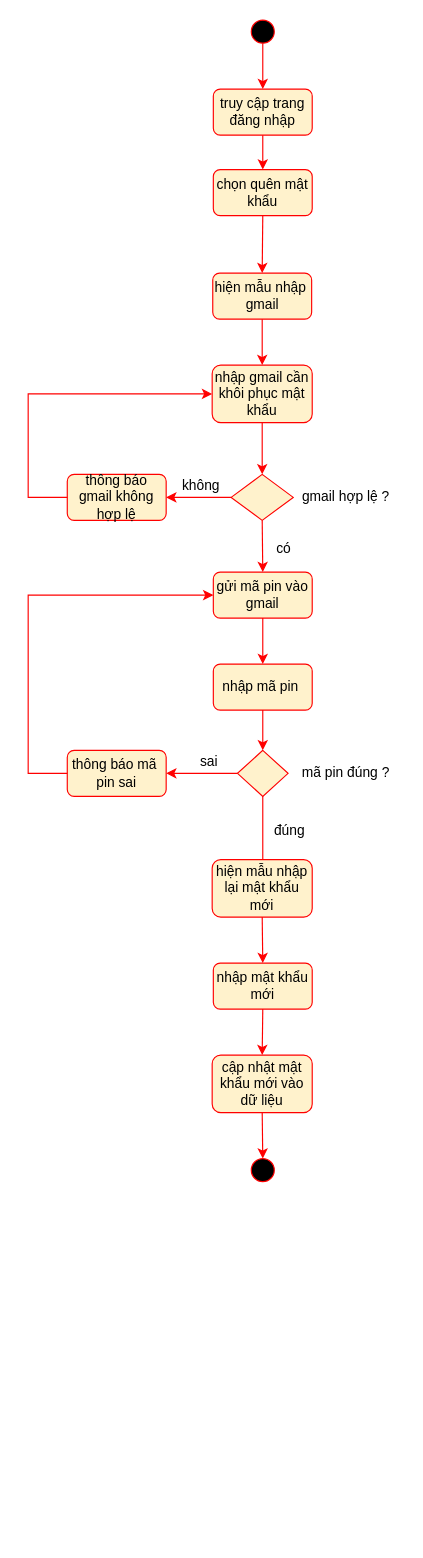
This is Nam3_HK1/CNPM_SoftTech/Activity Diagrams/Quân Huỳnh/AD_QuênMậtKhẩu.drawio from EdgarIgnite16/SGU-Course, a draw.io file, before an edit. Source tidied: cells renumbered, new cells numbered last; positions are measured from the earlier drawing's top-left corner, leaving out a move shared by most shapes. Both pictures are drawn from the tidied source at 115%, with x=0, y=0 at pixel (28, 20).
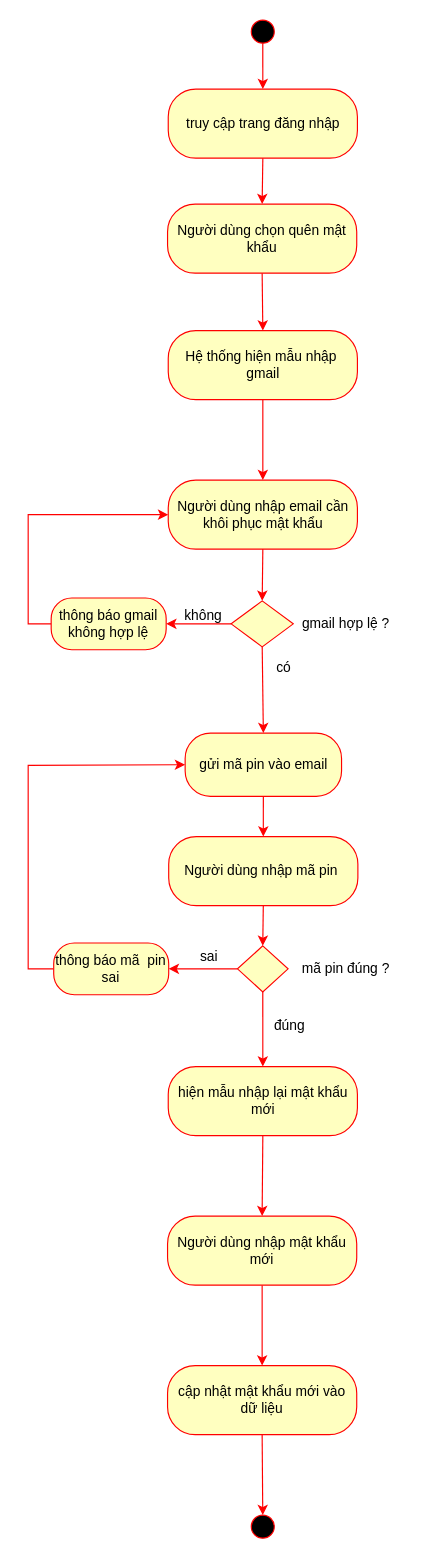
The same diagram, later.

What changed in the source:
```diff
@@
-    <mxCell id="4" value="truy cập trang đăng nhập" style="rounded=1;whiteSpace=wrap;html=1;fillColor=#fff2cc;strokeColor=#FF0000;" parent="1" vertex="1">
-      <mxGeometry x="161" y="60" width="86" height="40" as="geometry" />
-    </mxCell>
-    <mxCell id="5" style="endArrow=classic;html=1;rounded=0;exitX=0.5;exitY=1;exitDx=0;exitDy=0;fillColor=#fff2cc;strokeColor=#FF0000;" parent="1" edge="1" source="4">
-      <mxGeometry relative="1" as="geometry">
-        <mxPoint x="204" y="130" as="targetPoint" />
-      </mxGeometry>
+    <mxCell id="5" style="endArrow=classic;html=1;rounded=0;exitX=0.5;exitY=1;exitDx=0;exitDy=0;fillColor=#fff2cc;strokeColor=#FF0000;entryX=0.5;entryY=0;entryDx=0;entryDy=0;" parent="1" edge="1" source="4" target="39">
+      <mxGeometry relative="1" as="geometry" />
     </mxCell>
-    <mxCell id="6" value="chọn quên mật khẩu" style="rounded=1;whiteSpace=wrap;html=1;fillColor=#fff2cc;strokeColor=#FF0000;" parent="1" vertex="1">
-      <mxGeometry x="161" y="130" width="86" height="40" as="geometry" />
-    </mxCell>
-    <mxCell id="7" style="endArrow=classic;html=1;rounded=0;exitX=0.5;exitY=1;exitDx=0;exitDy=0;fillColor=#fff2cc;strokeColor=#FF0000;entryX=0.5;entryY=0;entryDx=0;entryDy=0;" parent="1" edge="1" source="6" target="8">
+    <mxCell id="7" style="endArrow=classic;html=1;rounded=0;exitX=0.5;exitY=1;exitDx=0;exitDy=0;fillColor=#fff2cc;strokeColor=#FF0000;entryX=0.5;entryY=0;entryDx=0;entryDy=0;" parent="1" edge="1" source="39" target="40">
       <mxGeometry relative="1" as="geometry" />
     </mxCell>
-    <mxCell id="8" value="hiện mẫu nhập&amp;nbsp;&lt;br&gt;gmail" style="rounded=1;whiteSpace=wrap;html=1;fillColor=#fff2cc;strokeColor=#FF0000;" parent="1" vertex="1">
-      <mxGeometry x="160.5" y="220" width="86" height="40" as="geometry" />
-    </mxCell>
-    <mxCell id="9" style="endArrow=classic;html=1;rounded=0;exitX=0.5;exitY=1;exitDx=0;exitDy=0;fillColor=#fff2cc;strokeColor=#FF0000;entryX=0.5;entryY=0;entryDx=0;entryDy=0;" parent="1" edge="1" source="8" target="10">
+    <mxCell id="9" style="endArrow=classic;html=1;rounded=0;exitX=0.5;exitY=1;exitDx=0;exitDy=0;fillColor=#fff2cc;strokeColor=#FF0000;entryX=0.5;entryY=0;entryDx=0;entryDy=0;" parent="1" edge="1" source="40" target="41">
       <mxGeometry relative="1" as="geometry" />
     </mxCell>
-    <mxCell id="10" value="nhập gmail cần khôi phục mật khẩu" style="rounded=1;whiteSpace=wrap;html=1;fillColor=#fff2cc;strokeColor=#FF0000;" parent="1" vertex="1">
-      <mxGeometry x="160" y="300" width="87" height="50" as="geometry" />
-    </mxCell>
-    <mxCell id="11" style="endArrow=classic;html=1;rounded=0;exitX=0.5;exitY=1;exitDx=0;exitDy=0;fillColor=#fff2cc;strokeColor=#FF0000;entryX=0.5;entryY=0;entryDx=0;entryDy=0;" parent="1" edge="1" source="10" target="12">
+    <mxCell id="11" style="endArrow=classic;html=1;rounded=0;exitX=0.5;exitY=1;exitDx=0;exitDy=0;fillColor=#fff2cc;strokeColor=#FF0000;entryX=0.5;entryY=0;entryDx=0;entryDy=0;" parent="1" edge="1" source="41" target="12">
       <mxGeometry relative="1" as="geometry" />
     </mxCell>
-    <mxCell id="12" style="rhombus;whiteSpace=wrap;html=1;fillColor=#fff2cc;strokeColor=#FF0000;" parent="1" vertex="1">
-      <mxGeometry x="176.5" y="395" width="54" height="40" as="geometry" />
+    <mxCell id="12" style="rhombus;whiteSpace=wrap;html=1;fillColor=#FFFFC0;strokeColor=#FF0000;" parent="1" vertex="1">
+      <mxGeometry x="176.5" y="505" width="54" height="40" as="geometry" />
     </mxCell>
-    <mxCell id="13" style="endArrow=classic;html=1;rounded=0;exitX=0;exitY=0.5;exitDx=0;exitDy=0;fillColor=#fff2cc;strokeColor=#FF0000;" parent="1" edge="1" source="12">
-      <mxGeometry relative="1" as="geometry">
-        <mxPoint x="120" y="415" as="targetPoint" />
-      </mxGeometry>
+    <mxCell id="13" style="endArrow=classic;html=1;rounded=0;exitX=0;exitY=0.5;exitDx=0;exitDy=0;fillColor=#fff2cc;strokeColor=#FF0000;entryX=1;entryY=0.5;entryDx=0;entryDy=0;" parent="1" edge="1" source="12" target="15">
+      <mxGeometry relative="1" as="geometry" />
     </mxCell>
     <mxCell id="14" value="không" style="text;html=1;align=center;verticalAlign=middle;strokeColor=none;fillColor=none;" parent="1" vertex="1">
-      <mxGeometry x="120" y="390" width="60" height="30" as="geometry" />
+      <mxGeometry x="121.8" y="502.5" width="60" height="30" as="geometry" />
     </mxCell>
-    <mxCell id="15" value="thông báo gmail không hợp lệ" style="rounded=1;whiteSpace=wrap;html=1;fillColor=#fff2cc;strokeColor=#FF0000;" parent="1" vertex="1">
-      <mxGeometry x="34" y="395" width="86" height="40" as="geometry" />
-    </mxCell>
-    <mxCell id="16" style="endArrow=classic;html=1;rounded=0;exitX=0;exitY=0.5;exitDx=0;exitDy=0;entryX=0;entryY=0.5;entryDx=0;entryDy=0;fillColor=#fff2cc;strokeColor=#FF0000;" parent="1" edge="1" source="15" target="10">
+    <mxCell id="16" style="endArrow=classic;html=1;rounded=0;exitX=0;exitY=0.5;exitDx=0;exitDy=0;entryX=0;entryY=0.5;entryDx=0;entryDy=0;fillColor=#fff2cc;strokeColor=#FF0000;" parent="1" edge="1" source="15" target="41">
       <mxGeometry relative="1" as="geometry">
         <Array as="points">
-          <mxPoint y="415" />
-          <mxPoint y="325" />
+          <mxPoint y="525" />
+          <mxPoint y="430" />
         </Array>
       </mxGeometry>
     </mxCell>
-    <mxCell id="17" style="endArrow=classic;html=1;rounded=0;exitX=0.5;exitY=1;exitDx=0;exitDy=0;fillColor=#fff2cc;strokeColor=#FF0000;" parent="1" edge="1" source="12">
-      <mxGeometry relative="1" as="geometry">
-        <mxPoint x="204" y="480" as="targetPoint" />
-      </mxGeometry>
+    <mxCell id="17" style="endArrow=classic;html=1;rounded=0;exitX=0.5;exitY=1;exitDx=0;exitDy=0;fillColor=#fff2cc;strokeColor=#FF0000;entryX=0.5;entryY=0;entryDx=0;entryDy=0;" parent="1" edge="1" source="12" target="42">
+      <mxGeometry relative="1" as="geometry" />
     </mxCell>
-    <mxCell id="18" value="gửi mã pin vào gmail" style="rounded=1;whiteSpace=wrap;html=1;fillColor=#fff2cc;strokeColor=#FF0000;" parent="1" vertex="1">
-      <mxGeometry x="161" y="480" width="86" height="40" as="geometry" />
-    </mxCell>
-    <mxCell id="19" style="endArrow=classic;html=1;rounded=0;exitX=0.5;exitY=1;exitDx=0;exitDy=0;fillColor=#fff2cc;strokeColor=#FF0000;" parent="1" edge="1" source="18">
-      <mxGeometry relative="1" as="geometry">
-        <mxPoint x="204" y="560" as="targetPoint" />
-      </mxGeometry>
+    <mxCell id="19" style="endArrow=classic;html=1;rounded=0;exitX=0.5;exitY=1;exitDx=0;exitDy=0;fillColor=#fff2cc;strokeColor=#FF0000;entryX=0.5;entryY=0;entryDx=0;entryDy=0;" parent="1" edge="1" source="42" target="43">
+      <mxGeometry relative="1" as="geometry" />
     </mxCell>
-    <mxCell id="20" value="nhập mã pin&amp;nbsp;" style="rounded=1;whiteSpace=wrap;html=1;fillColor=#fff2cc;strokeColor=#FF0000;" parent="1" vertex="1">
-      <mxGeometry x="161" y="560" width="86" height="40" as="geometry" />
-    </mxCell>
-    <mxCell id="21" style="rhombus;whiteSpace=wrap;html=1;fillColor=#fff2cc;strokeColor=#FF0000;" parent="1" vertex="1">
-      <mxGeometry x="182" y="635" width="44" height="40" as="geometry" />
+    <mxCell id="21" style="rhombus;whiteSpace=wrap;html=1;fillColor=#FFFFC0;strokeColor=#FF0000;" parent="1" vertex="1">
+      <mxGeometry x="182" y="805" width="44" height="40" as="geometry" />
     </mxCell>
-    <mxCell id="22" style="endArrow=classic;html=1;rounded=0;entryX=0.5;entryY=0;entryDx=0;entryDy=0;exitX=0.5;exitY=1;exitDx=0;exitDy=0;fillColor=#fff2cc;strokeColor=#FF0000;" parent="1" edge="1" source="20" target="21">
+    <mxCell id="22" style="endArrow=classic;html=1;rounded=0;entryX=0.5;entryY=0;entryDx=0;entryDy=0;exitX=0.5;exitY=1;exitDx=0;exitDy=0;fillColor=#fff2cc;strokeColor=#FF0000;" parent="1" edge="1" source="43" target="21">
       <mxGeometry relative="1" as="geometry" />
     </mxCell>
     <mxCell id="23" value="có" style="text;html=1;align=center;verticalAlign=middle;strokeColor=none;fillColor=none;" parent="1" vertex="1">
-      <mxGeometry x="202" y="445" width="40" height="30" as="geometry" />
+      <mxGeometry x="202" y="547.5" width="40" height="30" as="geometry" />
     </mxCell>
-    <mxCell id="24" style="endArrow=classic;html=1;rounded=0;exitX=0.5;exitY=1;exitDx=0;exitDy=0;fillColor=#fff2cc;strokeColor=#FF0000;" parent="1" edge="1" source="21">
-      <mxGeometry relative="1" as="geometry">
-        <mxPoint x="204" y="740" as="targetPoint" />
-      </mxGeometry>
+    <mxCell id="24" style="endArrow=classic;html=1;rounded=0;exitX=0.5;exitY=1;exitDx=0;exitDy=0;fillColor=#fff2cc;strokeColor=#FF0000;entryX=0.5;entryY=0;entryDx=0;entryDy=0;" parent="1" edge="1" source="21" target="29">
+      <mxGeometry relative="1" as="geometry" />
     </mxCell>
-    <mxCell id="25" style="endArrow=classic;html=1;rounded=0;exitX=0;exitY=0.5;exitDx=0;exitDy=0;fillColor=#fff2cc;strokeColor=#FF0000;" parent="1" edge="1" source="21">
-      <mxGeometry relative="1" as="geometry">
-        <mxPoint x="120" y="655" as="targetPoint" />
-      </mxGeometry>
+    <mxCell id="25" style="endArrow=classic;html=1;rounded=0;exitX=0;exitY=0.5;exitDx=0;exitDy=0;fillColor=#fff2cc;strokeColor=#FF0000;entryX=1;entryY=0.5;entryDx=0;entryDy=0;" parent="1" edge="1" source="21" target="26">
+      <mxGeometry relative="1" as="geometry" />
     </mxCell>
-    <mxCell id="26" value="thông báo mã&amp;nbsp; pin sai" style="rounded=1;whiteSpace=wrap;html=1;fillColor=#fff2cc;strokeColor=#FF0000;" parent="1" vertex="1">
-      <mxGeometry x="34" y="635" width="86" height="40" as="geometry" />
-    </mxCell>
-    <mxCell id="27" style="endArrow=classic;html=1;rounded=0;exitX=0;exitY=0.5;exitDx=0;exitDy=0;entryX=0;entryY=0.5;entryDx=0;entryDy=0;fillColor=#fff2cc;strokeColor=#FF0000;" parent="1" edge="1" source="26" target="18">
+    <mxCell id="27" style="endArrow=classic;html=1;rounded=0;exitX=0;exitY=0.5;exitDx=0;exitDy=0;entryX=0;entryY=0.5;entryDx=0;entryDy=0;fillColor=#fff2cc;strokeColor=#FF0000;" parent="1" edge="1" source="26" target="42">
       <mxGeometry relative="1" as="geometry">
         <Array as="points">
-          <mxPoint y="655" />
-          <mxPoint y="500" />
+          <mxPoint y="825" />
+          <mxPoint y="648" />
         </Array>
       </mxGeometry>
     </mxCell>
     <mxCell id="28" value="sai" style="text;html=1;align=center;verticalAlign=middle;strokeColor=none;fillColor=none;" parent="1" vertex="1">
-      <mxGeometry x="136.5" y="630" width="40" height="30" as="geometry" />
+      <mxGeometry x="136.5" y="800" width="40" height="30" as="geometry" />
     </mxCell>
-    <mxCell id="29" value="hiện mẫu nhập lại mật khẩu mới" style="rounded=1;whiteSpace=wrap;html=1;fillColor=#fff2cc;strokeColor=#FF0000;" parent="1" vertex="1">
-      <mxGeometry x="160" y="730" width="87" height="50" as="geometry" />
-    </mxCell>
-    <mxCell id="30" style="endArrow=classic;html=1;rounded=0;exitX=0.5;exitY=1;exitDx=0;exitDy=0;fillColor=#fff2cc;strokeColor=#FF0000;" parent="1" edge="1" source="29">
-      <mxGeometry relative="1" as="geometry">
-        <mxPoint x="204" y="820" as="targetPoint" />
-      </mxGeometry>
+    <mxCell id="30" style="endArrow=classic;html=1;rounded=0;exitX=0.5;exitY=1;exitDx=0;exitDy=0;fillColor=#fff2cc;strokeColor=#FF0000;entryX=0.5;entryY=0;entryDx=0;entryDy=0;" parent="1" edge="1" source="29" target="44">
+      <mxGeometry relative="1" as="geometry" />
     </mxCell>
-    <mxCell id="31" value="nhập mật khẩu mới" style="rounded=1;whiteSpace=wrap;html=1;fillColor=#fff2cc;strokeColor=#FF0000;" parent="1" vertex="1">
-      <mxGeometry x="161" y="820" width="86" height="40" as="geometry" />
-    </mxCell>
-    <mxCell id="32" style="endArrow=classic;html=1;rounded=0;exitX=0.5;exitY=1;exitDx=0;exitDy=0;fillColor=#fff2cc;strokeColor=#FF0000;entryX=0.5;entryY=0;entryDx=0;entryDy=0;" parent="1" edge="1" source="31" target="33">
+    <mxCell id="32" style="endArrow=classic;html=1;rounded=0;exitX=0.5;exitY=1;exitDx=0;exitDy=0;fillColor=#fff2cc;strokeColor=#FF0000;entryX=0.5;entryY=0;entryDx=0;entryDy=0;" parent="1" edge="1" source="44" target="33">
       <mxGeometry relative="1" as="geometry" />
     </mxCell>
-    <mxCell id="33" value="cập nhật mật khẩu mới vào dữ liệu" style="rounded=1;whiteSpace=wrap;html=1;fillColor=#fff2cc;strokeColor=#FF0000;" parent="1" vertex="1">
-      <mxGeometry x="160" y="900" width="87" height="50" as="geometry" />
-    </mxCell>
-    <mxCell id="34" style="endArrow=classic;html=1;rounded=0;exitX=0.5;exitY=1;exitDx=0;exitDy=0;fillColor=#fff2cc;strokeColor=#FF0000;" parent="1" edge="1" source="33">
-      <mxGeometry relative="1" as="geometry">
-        <mxPoint x="204" y="990" as="targetPoint" />
-      </mxGeometry>
+    <mxCell id="34" style="endArrow=classic;html=1;rounded=0;exitX=0.5;exitY=1;exitDx=0;exitDy=0;fillColor=#fff2cc;strokeColor=#FF0000;entryX=0.5;entryY=0;entryDx=0;entryDy=0;" parent="1" edge="1" source="33" target="35">
+      <mxGeometry relative="1" as="geometry" />
     </mxCell>
     <mxCell id="35" style="ellipse;whiteSpace=wrap;html=1;fillColor=#000000;strokeColor=#FF0000;" parent="1" vertex="1">
-      <mxGeometry x="194" y="990" width="20" height="20" as="geometry" />
+      <mxGeometry x="194" y="1300" width="20" height="20" as="geometry" />
     </mxCell>
     <mxCell id="36" value="đúng" style="text;html=1;align=center;verticalAlign=middle;strokeColor=none;fillColor=none;" parent="1" vertex="1">
-      <mxGeometry x="202" y="690" width="50" height="30" as="geometry" />
+      <mxGeometry x="202" y="860" width="50" height="30" as="geometry" />
     </mxCell>
     <mxCell id="37" value="gmail hợp lệ ?" style="text;html=1;align=center;verticalAlign=middle;strokeColor=none;fillColor=none;" parent="1" vertex="1">
-      <mxGeometry x="226" y="400" width="100" height="30" as="geometry" />
+      <mxGeometry x="226" y="510" width="100" height="30" as="geometry" />
     </mxCell>
     <mxCell id="38" value="mã pin đúng ?" style="text;html=1;align=center;verticalAlign=middle;strokeColor=none;fillColor=none;" parent="1" vertex="1">
-      <mxGeometry x="226" y="640" width="100" height="30" as="geometry" />
+      <mxGeometry x="226" y="810" width="100" height="30" as="geometry" />
     </mxCell>
+    <mxCell id="4" value="truy cập trang đăng nhập" style="rounded=1;whiteSpace=wrap;html=1;arcSize=40;fontColor=#000000;fillColor=#ffffc0;strokeColor=#ff0000;" parent="1" vertex="1">
+      <mxGeometry x="121.8" y="60" width="164.5" height="60" as="geometry" />
+    </mxCell>
+    <mxCell id="39" value="Người dùng chọn quên mật khẩu" style="rounded=1;whiteSpace=wrap;html=1;arcSize=40;fontColor=#000000;fillColor=#ffffc0;strokeColor=#ff0000;" parent="1" vertex="1">
+      <mxGeometry x="121.2" y="160" width="164.5" height="60" as="geometry" />
+    </mxCell>
+    <mxCell id="40" value="Hệ thống hiện mẫu nhập&amp;nbsp;&lt;br&gt;gmail" style="rounded=1;whiteSpace=wrap;html=1;arcSize=40;fontColor=#000000;fillColor=#ffffc0;strokeColor=#ff0000;" parent="1" vertex="1">
+      <mxGeometry x="121.8" y="270" width="164.5" height="60" as="geometry" />
+    </mxCell>
+    <mxCell id="41" value="Người dùng nhập email cần khôi phục mật khẩu" style="rounded=1;whiteSpace=wrap;html=1;arcSize=40;fontColor=#000000;fillColor=#FFFFC0;strokeColor=#ff0000;" parent="1" vertex="1">
+      <mxGeometry x="121.8" y="400" width="164.5" height="60" as="geometry" />
+    </mxCell>
+    <mxCell id="15" value="thông báo gmail không hợp lệ" style="rounded=1;whiteSpace=wrap;html=1;arcSize=40;fontColor=#000000;fillColor=#FFFFC0;strokeColor=#ff0000;" parent="1" vertex="1">
+      <mxGeometry x="20" y="502.5" width="100" height="45" as="geometry" />
+    </mxCell>
+    <mxCell id="42" value="gửi mã pin vào email" style="rounded=1;whiteSpace=wrap;html=1;arcSize=40;fontColor=#000000;fillColor=#FFFFC0;strokeColor=#ff0000;" parent="1" vertex="1">
+      <mxGeometry x="136.5" y="620" width="136" height="55" as="geometry" />
+    </mxCell>
+    <mxCell id="43" value="Người dùng nhập mã pin&amp;nbsp;" style="rounded=1;whiteSpace=wrap;html=1;arcSize=40;fontColor=#000000;fillColor=#FFFFC0;strokeColor=#ff0000;" parent="1" vertex="1">
+      <mxGeometry x="122.2" y="710" width="164.5" height="60" as="geometry" />
+    </mxCell>
+    <mxCell id="26" value="thông báo mã&amp;nbsp; pin sai" style="rounded=1;whiteSpace=wrap;html=1;arcSize=40;fontColor=#000000;fillColor=#FFFFC0;strokeColor=#ff0000;" parent="1" vertex="1">
+      <mxGeometry x="22.2" y="802.5" width="100" height="45" as="geometry" />
+    </mxCell>
+    <mxCell id="29" value="hiện mẫu nhập lại mật khẩu mới" style="rounded=1;whiteSpace=wrap;html=1;arcSize=40;fontColor=#000000;fillColor=#FFFFC0;strokeColor=#ff0000;" parent="1" vertex="1">
+      <mxGeometry x="121.8" y="910" width="164.5" height="60" as="geometry" />
+    </mxCell>
+    <mxCell id="44" value="Người dùng nhập mật khẩu mới" style="rounded=1;whiteSpace=wrap;html=1;arcSize=40;fontColor=#000000;fillColor=#FFFFC0;strokeColor=#ff0000;" parent="1" vertex="1">
+      <mxGeometry x="121.2" y="1040" width="164.5" height="60" as="geometry" />
+    </mxCell>
+    <mxCell id="33" value="cập nhật mật khẩu mới vào dữ liệu" style="rounded=1;whiteSpace=wrap;html=1;arcSize=40;fontColor=#000000;fillColor=#FFFFC0;strokeColor=#ff0000;" parent="1" vertex="1">
+      <mxGeometry x="121.2" y="1170" width="164.5" height="60" as="geometry" />
+    </mxCell>
```
